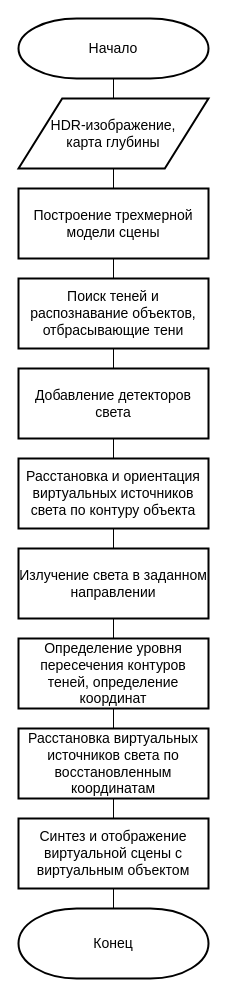
Before: nir/tex/inc/img/HDR_Method.drawio in Yokud/bmstu_bachelors_diploma, a draw.io diagram. Source tidied: cells renumbered, new cells numbered last; positions are measured from the earlier drawing's top-left corner, leaving out a move shared by most shapes. Both pictures are drawn from the tidied source at 100%, with x=0, y=0 at pixel (18, 18).
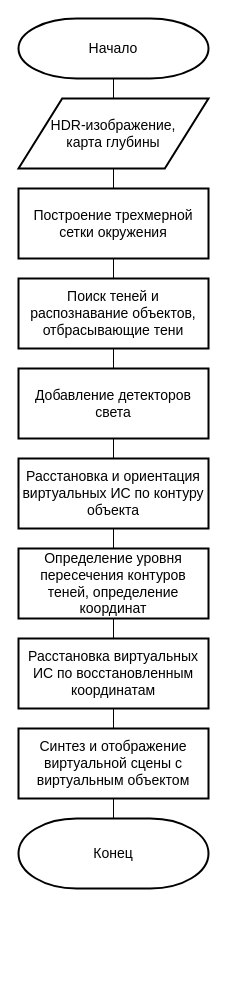
The same diagram, later.

The edit, as a diff of the source:
```diff
@@
-    <mxCell id="9" value="&lt;font style=&quot;font-size: 14px;&quot;&gt;Построение трехмерной модели сцены&lt;/font&gt;" style="rounded=0;whiteSpace=wrap;html=1;absoluteArcSize=1;arcSize=14;strokeWidth=2;" parent="1" vertex="1">
+    <mxCell id="9" value="&lt;font style=&quot;font-size: 14px;&quot;&gt;Построение трехмерной сетки окружения&lt;/font&gt;" style="rounded=0;whiteSpace=wrap;html=1;absoluteArcSize=1;arcSize=14;strokeWidth=2;" parent="1" vertex="1">
       <mxGeometry y="170" width="190" height="70" as="geometry" />
     </mxCell>
@@
-    <mxCell id="12" style="edgeStyle=orthogonalEdgeStyle;rounded=0;jettySize=auto;html=1;exitX=0.5;exitY=1;exitDx=0;exitDy=0;entryX=0.5;entryY=0;entryDx=0;entryDy=0;endArrow=none;endFill=0;" parent="1" edge="1" source="13" target="15">
-      <mxGeometry relative="1" as="geometry" />
-    </mxCell>
-    <mxCell id="13" value="&lt;font style=&quot;font-size: 14px;&quot;&gt;Расстановка и ориентация виртуальных источников света по контуру объекта&lt;/font&gt;" style="rounded=0;whiteSpace=wrap;html=1;absoluteArcSize=1;arcSize=14;strokeWidth=2;" parent="1" vertex="1">
+    <mxCell id="13" value="&lt;font style=&quot;font-size: 14px;&quot;&gt;Расстановка и ориентация виртуальных ИС по контуру объекта&lt;/font&gt;" style="rounded=0;whiteSpace=wrap;html=1;absoluteArcSize=1;arcSize=14;strokeWidth=2;" parent="1" vertex="1">
       <mxGeometry y="440" width="190" height="70" as="geometry" />
     </mxCell>
-    <mxCell id="14" style="edgeStyle=orthogonalEdgeStyle;rounded=0;jettySize=auto;html=1;exitX=0.5;exitY=1;exitDx=0;exitDy=0;entryX=0.5;entryY=0;entryDx=0;entryDy=0;endArrow=none;endFill=0;" parent="1" edge="1" source="15" target="17">
-      <mxGeometry relative="1" as="geometry" />
-    </mxCell>
-    <mxCell id="15" value="&lt;font style=&quot;font-size: 14px;&quot;&gt;Излучение света в заданном направлении&lt;/font&gt;" style="rounded=0;whiteSpace=wrap;html=1;absoluteArcSize=1;arcSize=14;strokeWidth=2;" parent="1" vertex="1">
-      <mxGeometry y="530" width="190" height="70" as="geometry" />
-    </mxCell>
@@
+    <mxCell id="23" style="edgeStyle=orthogonalEdgeStyle;rounded=0;jettySize=auto;html=1;exitX=0.5;exitY=0;exitDx=0;exitDy=0;entryX=0.5;entryY=1;entryDx=0;entryDy=0;endArrow=none;endFill=0;" parent="1" edge="1" source="17" target="13">
+      <mxGeometry relative="1" as="geometry" />
+    </mxCell>
     <mxCell id="17" value="&lt;font style=&quot;font-size: 14px;&quot;&gt;Определение уровня пересечения контуров теней, определение координат&lt;/font&gt;" style="rounded=0;whiteSpace=wrap;html=1;absoluteArcSize=1;arcSize=14;strokeWidth=2;" parent="1" vertex="1">
-      <mxGeometry y="620" width="190" height="70" as="geometry" />
+      <mxGeometry y="530" width="190" height="70" as="geometry" />
     </mxCell>
@@
-    <mxCell id="19" value="&lt;font style=&quot;font-size: 14px;&quot;&gt;Расстановка виртуальных источников света по восстановленным координатам&lt;/font&gt;" style="rounded=0;whiteSpace=wrap;html=1;absoluteArcSize=1;arcSize=14;strokeWidth=2;" parent="1" vertex="1">
-      <mxGeometry y="710" width="190" height="70" as="geometry" />
+    <mxCell id="19" value="&lt;font style=&quot;font-size: 14px;&quot;&gt;Расстановка виртуальных ИС по восстановленным координатам&lt;/font&gt;" style="rounded=0;whiteSpace=wrap;html=1;absoluteArcSize=1;arcSize=14;strokeWidth=2;" parent="1" vertex="1">
+      <mxGeometry y="620" width="190" height="70" as="geometry" />
     </mxCell>
@@
     <mxCell id="21" value="&lt;font style=&quot;font-size: 14px;&quot;&gt;Синтез и отображение виртуальной сцены с виртуальным объектом&lt;/font&gt;" style="rounded=0;whiteSpace=wrap;html=1;absoluteArcSize=1;arcSize=14;strokeWidth=2;" parent="1" vertex="1">
-      <mxGeometry y="800" width="190" height="70" as="geometry" />
+      <mxGeometry y="710" width="190" height="70" as="geometry" />
     </mxCell>
     <mxCell id="22" value="&lt;font style=&quot;font-size: 14px;&quot;&gt;Конец&lt;/font&gt;" style="strokeWidth=2;html=1;shape=mxgraph.flowchart.terminator;whiteSpace=wrap;rounded=0;" parent="1" vertex="1">
-      <mxGeometry y="890" width="190" height="70" as="geometry" />
+      <mxGeometry y="800" width="190" height="70" as="geometry" />
     </mxCell>
```
